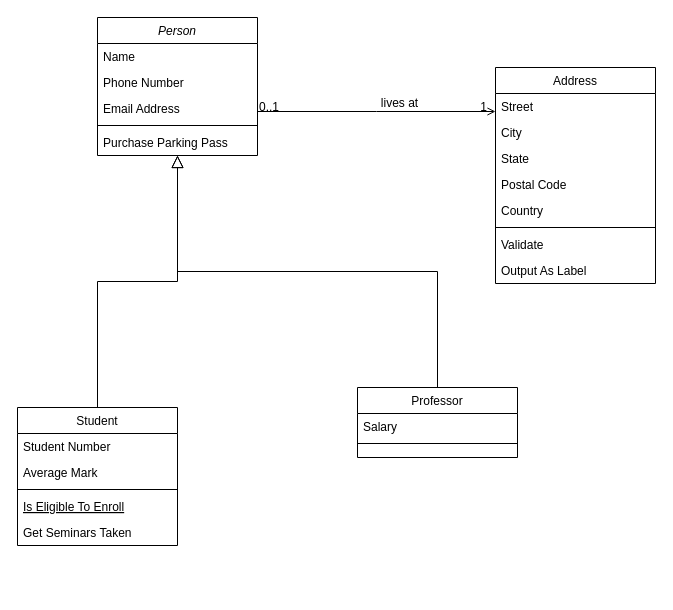
Before: Untitled Diagram.drawio in AnandManit09/System-Design-Preparation, a draw.io diagram. Source tidied: cells renumbered, new cells numbered last; positions are measured from the earlier drawing's top-left corner, leaving out a move shared by most shapes. Both pictures are drawn from the tidied source at 100%, with x=0, y=0 at pixel (17, 17).
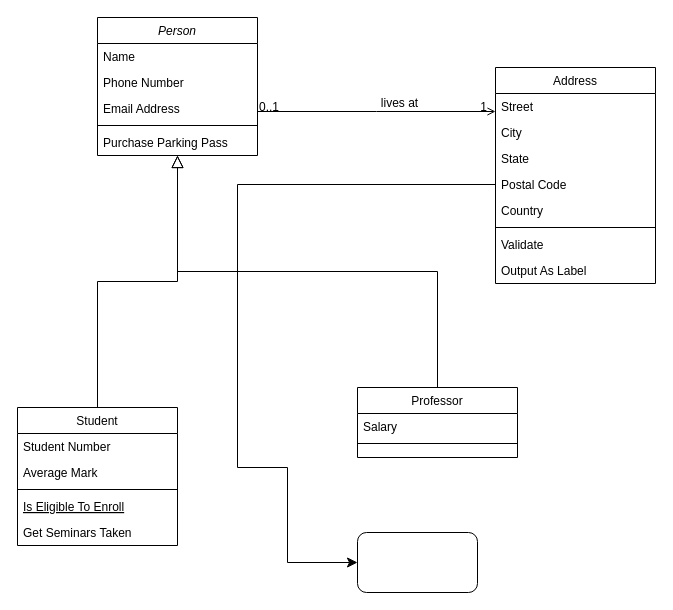
Above is the later version.

The change refers to these unchanged cells:
```xml
<mxCell id="23" value="Postal Code" style="text;align=left;verticalAlign=top;spacingLeft=4;spacingRight=4;overflow=hidden;points=[[0,0.5],[1,0.5]];portConstraint=eastwest;rounded=0;shadow=0;html=0;" parent="19" vertex="1">
  <mxGeometry y="104" width="160" height="26" as="geometry" />
</mxCell>
```

Diff of the diagram source:
```diff
@@
+    <mxCell id="32" style="rounded=1;whiteSpace=wrap;html=1;" parent="1" vertex="1">
+      <mxGeometry x="340" y="515" width="120" height="60" as="geometry" />
+    </mxCell>
+    <mxCell id="33" style="edgeStyle=segmentEdgeStyle;endArrow=classic;html=1;curved=0;rounded=0;endSize=8;startSize=8;sourcePerimeterSpacing=0;targetPerimeterSpacing=0;exitX=0;exitY=0.5;exitDx=0;exitDy=0;" parent="1" edge="1" source="23" target="32">
+      <mxGeometry relative="1" as="geometry">
+        <Array as="points">
+          <mxPoint x="220" y="167" />
+          <mxPoint x="220" y="450" />
+          <mxPoint x="270" y="450" />
+          <mxPoint x="270" y="545" />
+        </Array>
+      </mxGeometry>
+    </mxCell>
```
